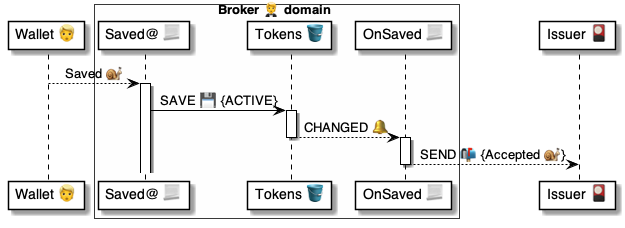
pollyweb-org/pollyweb-docs keeps this PlantUML diagram as 4 ⚙️ Solution/20 🧑‍🦰 UI/Brokers 🤵/🤵🪣 Broker tables/Tokens 🎫 table/🪣🔔 OnTokenAccepted/🤵 OnTokenAccepted ⚙️ uml.png. Above is the earlier version. Its source is kept beside it as 4 ⚙️ Solution/20 🧑‍🦰 UI/Brokers 🤵/🤵🪣 Broker tables/Tokens 🎫 table/🪣🔔 OnTokenAccepted/🤵 OnTokenAccepted ⚙️ uml.puml.
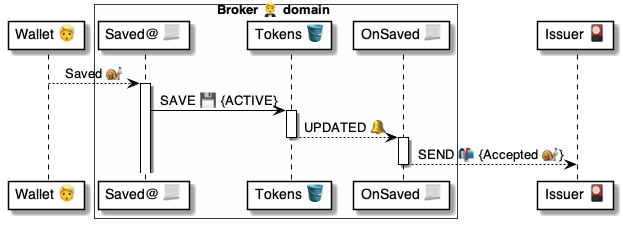
Later version of the same file.

Diff of the diagram source:
```diff
@@ -16,7 +16,7 @@
     script -> tokens: SAVE 💾 {ACTIVE}
 
 activate tokens
-    tokens --> change: CHANGED 🔔
+    tokens --> change: UPDATED 🔔
 deactivate tokens
 
 activate change
```
